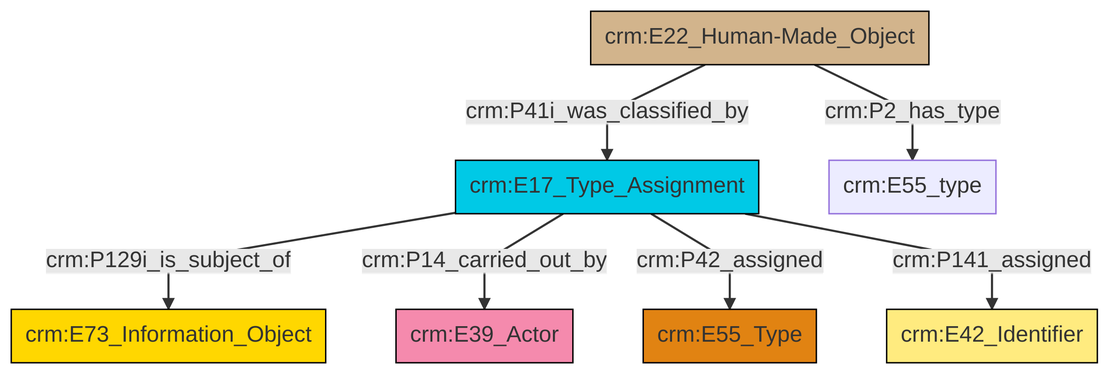
Before: et/builtWorkCSV/ttl/mmd/png/Built_Work_designation_status.png, a diagram exported from Mermaid (swiss-art-research-net/reference-data-models). Its source is kept beside it as et/builtWorkCSV/ttl/mmd/Built_Work_designation_status.ttl.mmd.
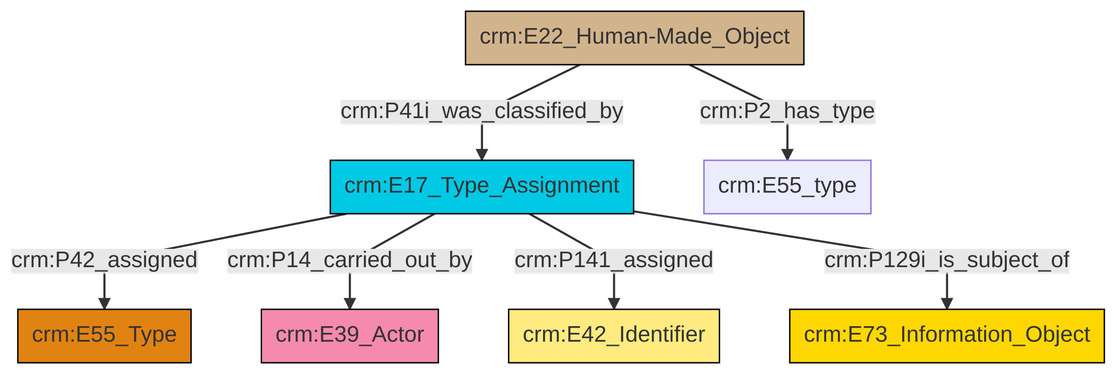
Later version of the same file.

Diff of the diagram source:
```diff
@@ -13,9 +13,9 @@
 classDef PC_Classes fill:#4ce600, stroke:#000000;
 classDef Multi fill:#cccccc,stroke:#000000;
 
-0["crm:E17_Type_Assignment"]:::Temporal_Entity -->|crm:P129i_is_subject_of| 1["crm:E73_Information_Object"]:::Conceptual_Object
-4["crm:E22_Human-Made_Object"]:::Physical_Thing -->|crm:P41i_was_classified_by| 0["crm:E17_Type_Assignment"]:::Temporal_Entity
-4["crm:E22_Human-Made_Object"]:::Physical_Thing -->|crm:P2_has_type| 9["crm:E55_type"]:::Default
-0["crm:E17_Type_Assignment"]:::Temporal_Entity -->|crm:P14_carried_out_by| 10["crm:E39_Actor"]:::Actor
-0["crm:E17_Type_Assignment"]:::Temporal_Entity -->|crm:P42_assigned| 2["crm:E55_Type"]:::Type
-0["crm:E17_Type_Assignment"]:::Temporal_Entity -->|crm:P141_assigned| 6["crm:E42_Identifier"]:::Appellation
+0["crm:E17_Type_Assignment"]:::Temporal_Entity -->|crm:P42_assigned| 1["crm:E55_Type"]:::Type
+5["crm:E22_Human-Made_Object"]:::Physical_Thing -->|crm:P2_has_type| 6["crm:E55_type"]:::Default
+0["crm:E17_Type_Assignment"]:::Temporal_Entity -->|crm:P14_carried_out_by| 8["crm:E39_Actor"]:::Actor
+0["crm:E17_Type_Assignment"]:::Temporal_Entity -->|crm:P141_assigned| 3["crm:E42_Identifier"]:::Appellation
+5["crm:E22_Human-Made_Object"]:::Physical_Thing -->|crm:P41i_was_classified_by| 0["crm:E17_Type_Assignment"]:::Temporal_Entity
+0["crm:E17_Type_Assignment"]:::Temporal_Entity -->|crm:P129i_is_subject_of| 12["crm:E73_Information_Object"]:::Conceptual_Object
```
